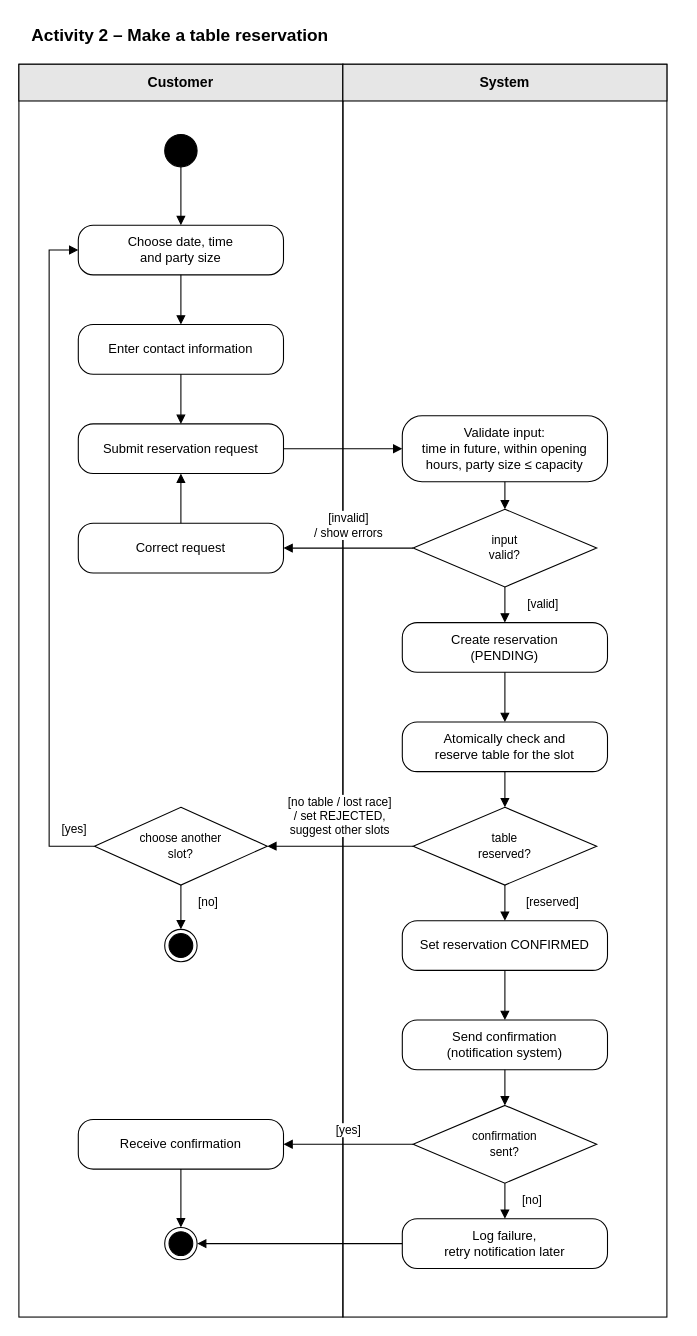
Before: Activity Diagrams/Activity_2_Make_table_reservation.drawio in Lukap42/SWE1_Project, a draw.io diagram. Source tidied: cells renumbered, new cells numbered last; positions are measured from the earlier drawing's top-left corner, leaving out a move shared by most shapes. Both pictures are drawn from the tidied source at 108%, with x=0, y=0 at pixel (18, 18).
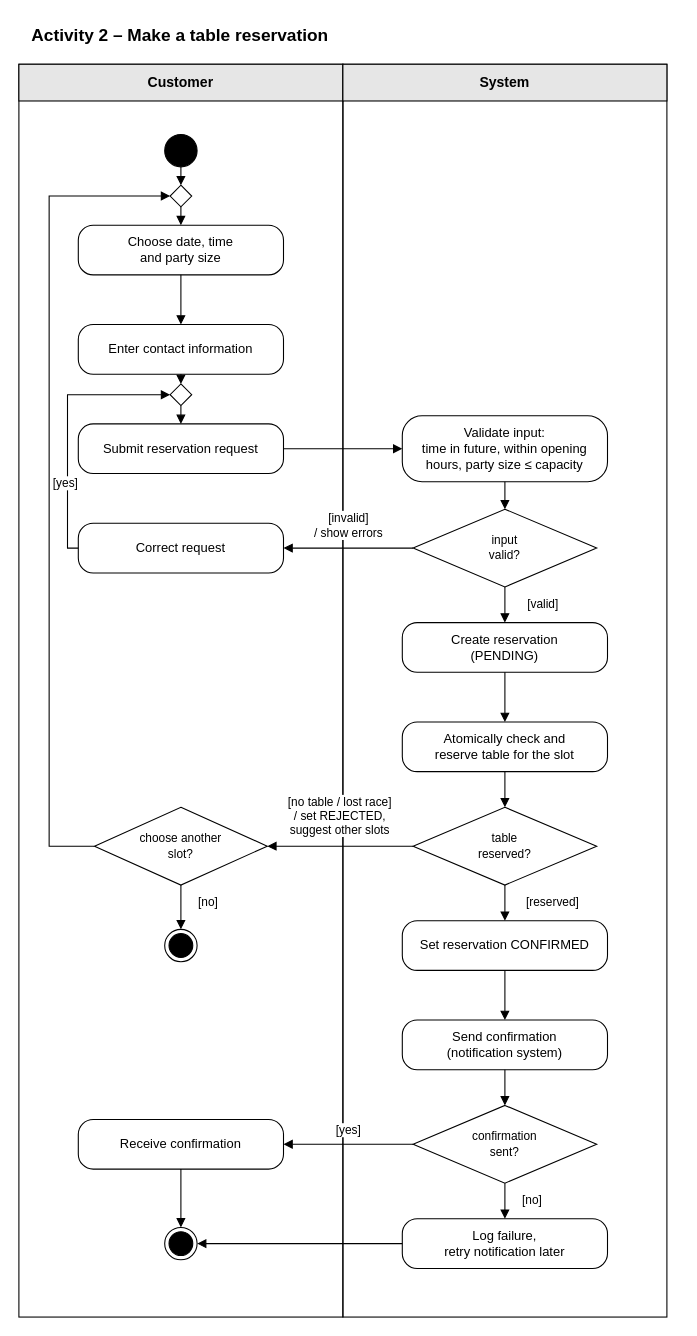
The same diagram, later.

Commit message (it also covers changes not shown here):
Activity diagrams update

Unchanged cells that the change refers to:
```xml
<mxCell id="7" style="ellipse;html=1;fillColor=#000000;strokeColor=#000000;" parent="1" vertex="1">
  <mxGeometry x="135" y="107" width="30" height="30" as="geometry" />
</mxCell>
<mxCell id="8" value="Choose date, time&lt;br&gt;and party size" style="rounded=1;arcSize=30;whiteSpace=wrap;html=1;fillColor=#FFFFFF;strokeColor=#000000;fontColor=#000000;fontSize=12;" parent="1" vertex="1">
  <mxGeometry x="55" y="191" width="190" height="46" as="geometry" />
</mxCell>
<mxCell id="9" value="Enter contact information" style="rounded=1;arcSize=30;whiteSpace=wrap;html=1;fillColor=#FFFFFF;strokeColor=#000000;fontColor=#000000;fontSize=12;" parent="1" vertex="1">
  <mxGeometry x="55" y="283" width="190" height="46" as="geometry" />
</mxCell>
<mxCell id="10" value="Submit reservation request" style="rounded=1;arcSize=30;whiteSpace=wrap;html=1;fillColor=#FFFFFF;strokeColor=#000000;fontColor=#000000;fontSize=12;" parent="1" vertex="1">
  <mxGeometry x="55" y="375" width="190" height="46" as="geometry" />
</mxCell>
<mxCell id="13" value="Correct request" style="rounded=1;arcSize=30;whiteSpace=wrap;html=1;fillColor=#FFFFFF;strokeColor=#000000;fontColor=#000000;fontSize=12;" parent="1" vertex="1">
  <mxGeometry x="55" y="467" width="190" height="46" as="geometry" />
</mxCell>
<mxCell id="17" value="choose another&lt;br&gt;slot?" style="rhombus;whiteSpace=wrap;html=1;fillColor=#FFFFFF;strokeColor=#000000;fontColor=#000000;fontSize=11;" parent="1" vertex="1">
  <mxGeometry x="70" y="730" width="160" height="72" as="geometry" />
</mxCell>
```

Change to the diagram source:
```diff
@@
-<mxGraphModel>
+<mxGraphModel background="#FFFFFF">
@@
-    <mxCell id="25" style="edgeStyle=orthogonalEdgeStyle;rounded=0;html=1;jettySize=auto;strokeColor=#000000;endArrow=block;endFill=1;fontSize=11;labelBackgroundColor=#FFFFFF;exitX=0.5000;exitY=1.0000;exitDx=0;exitDy=0;entryX=0.5000;entryY=0.0000;entryDx=0;entryDy=0;" parent="1" edge="1" source="7" target="8">
+    <mxCell id="25" style="edgeStyle=orthogonalEdgeStyle;rounded=0;html=1;jettySize=auto;strokeColor=#000000;endArrow=block;endFill=1;fontSize=11;labelBackgroundColor=#FFFFFF;exitX=0.5;exitY=1;entryX=0.5;entryY=0;" parent="1" edge="1" source="7" target="45">
       <mxGeometry relative="1" as="geometry" />
     </mxCell>
@@
-    <mxCell id="27" style="edgeStyle=orthogonalEdgeStyle;rounded=0;html=1;jettySize=auto;strokeColor=#000000;endArrow=block;endFill=1;fontSize=11;labelBackgroundColor=#FFFFFF;exitX=0.5000;exitY=1.0000;exitDx=0;exitDy=0;entryX=0.5000;entryY=0.0000;entryDx=0;entryDy=0;" parent="1" edge="1" source="9" target="10">
+    <mxCell id="27" style="edgeStyle=orthogonalEdgeStyle;rounded=0;html=1;jettySize=auto;strokeColor=#000000;endArrow=block;endFill=1;fontSize=11;labelBackgroundColor=#FFFFFF;exitX=0.5;exitY=1;entryX=0.5;entryY=0;" parent="1" edge="1" source="9" target="47">
       <mxGeometry relative="1" as="geometry" />
     </mxCell>
@@
-    <mxCell id="31" style="edgeStyle=orthogonalEdgeStyle;rounded=0;html=1;jettySize=auto;strokeColor=#000000;endArrow=block;endFill=1;fontSize=11;labelBackgroundColor=#FFFFFF;exitX=0.5000;exitY=0.0000;exitDx=0;exitDy=0;entryX=0.5000;entryY=1.0000;entryDx=0;entryDy=0;" parent="1" edge="1" source="13" target="10">
-      <mxGeometry relative="1" as="geometry" />
+    <mxCell id="31" style="edgeStyle=orthogonalEdgeStyle;rounded=0;html=1;jettySize=auto;strokeColor=#000000;endArrow=block;endFill=1;fontSize=11;labelBackgroundColor=#FFFFFF;exitX=0;exitY=0.5;entryX=0;entryY=0.5;" parent="1" edge="1" source="13" target="47">
+      <mxGeometry relative="1" as="geometry">
+        <Array as="points">
+          <mxPoint x="45" y="490" />
+          <mxPoint x="45" y="348" />
+        </Array>
+      </mxGeometry>
     </mxCell>
@@
-    <mxCell id="37" value="[yes]" style="edgeStyle=orthogonalEdgeStyle;rounded=0;html=1;jettySize=auto;strokeColor=#000000;endArrow=block;endFill=1;fontSize=11;labelBackgroundColor=#FFFFFF;exitX=0.0000;exitY=0.5000;exitDx=0;exitDy=0;entryX=0.0000;entryY=0.5000;entryDx=0;entryDy=0;" parent="1" edge="1" source="17" target="8">
-      <mxGeometry x="-0.94" relative="1" as="geometry">
+    <mxCell id="37" value="[yes]" style="edgeStyle=orthogonalEdgeStyle;rounded=0;html=1;jettySize=auto;strokeColor=#000000;endArrow=block;endFill=1;fontSize=11;labelBackgroundColor=#FFFFFF;exitX=0;exitY=0.5;entryX=0;entryY=0.5;" parent="1" edge="1" source="17" target="45">
+      <mxGeometry relative="1" as="geometry">
         <Array as="points">
           <mxPoint x="28" y="766" />
-          <mxPoint x="28" y="214" />
+          <mxPoint x="28" y="164" />
         </Array>
-        <mxPoint y="-16" as="offset" />
+        <mxPoint x="15" as="offset" />
       </mxGeometry>
     </mxCell>
@@
+    <mxCell id="45" style="rhombus;whiteSpace=wrap;html=1;fillColor=#FFFFFF;strokeColor=#000000;fontColor=#000000;fontSize=11;" parent="1" vertex="1">
+      <mxGeometry x="140" y="154" width="20" height="20" as="geometry" />
+    </mxCell>
+    <mxCell id="46" style="edgeStyle=orthogonalEdgeStyle;rounded=0;html=1;jettySize=auto;strokeColor=#000000;endArrow=block;endFill=1;fontSize=11;labelBackgroundColor=#FFFFFF;exitX=0.5;exitY=1;entryX=0.5;entryY=0;" parent="1" edge="1" source="45" target="8">
+      <mxGeometry relative="1" as="geometry" />
+    </mxCell>
+    <mxCell id="47" style="rhombus;whiteSpace=wrap;html=1;fillColor=#FFFFFF;strokeColor=#000000;fontColor=#000000;fontSize=11;" parent="1" vertex="1">
+      <mxGeometry x="140" y="338" width="20" height="20" as="geometry" />
+    </mxCell>
+    <mxCell id="48" style="edgeStyle=orthogonalEdgeStyle;rounded=0;html=1;jettySize=auto;strokeColor=#000000;endArrow=block;endFill=1;fontSize=11;labelBackgroundColor=#FFFFFF;exitX=0.5;exitY=1;entryX=0.5;entryY=0;" parent="1" edge="1" source="47" target="10">
+      <mxGeometry relative="1" as="geometry" />
+    </mxCell>
```
